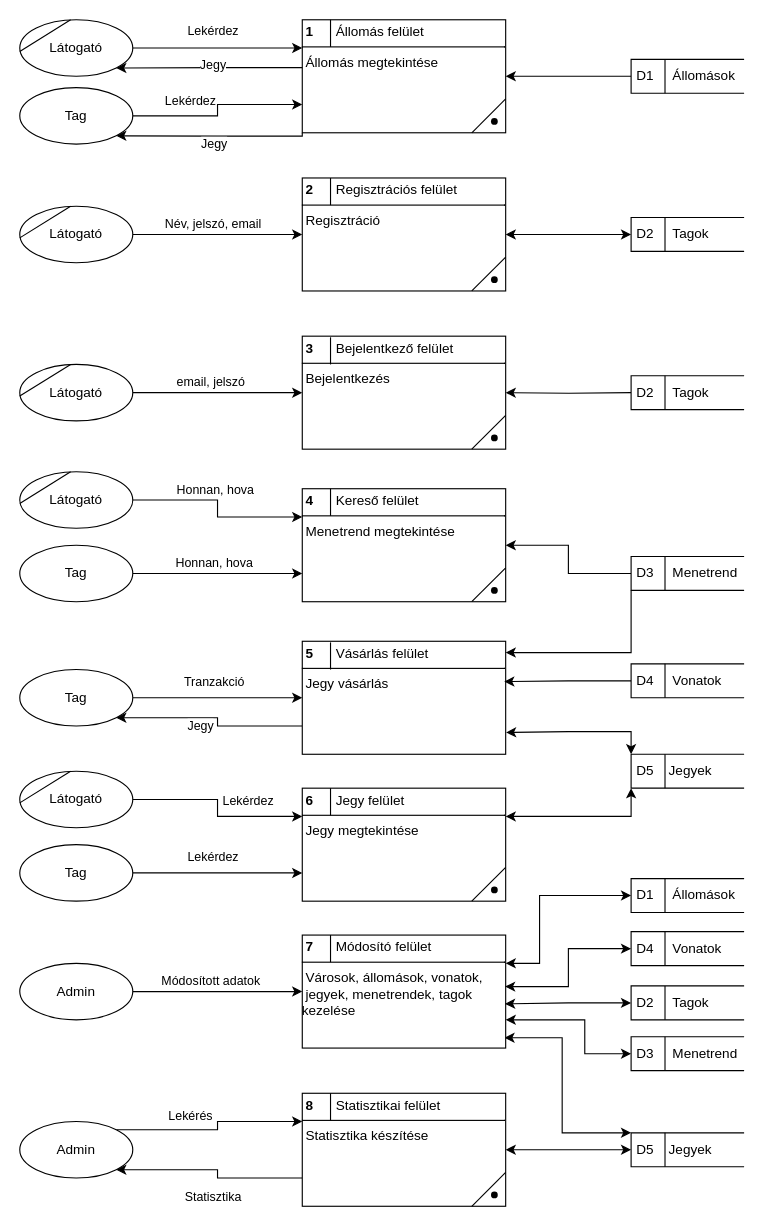
RevMarci/vasutmenetrend keeps this draw.io diagram as dokumentacio/logikai_fiziaki_adatfolyam/fizikai_adatfolyam.drawio. Above is the earlier version. Source tidied: cells renumbered, new cells numbered last; positions are measured from the earlier drawing's top-left corner, leaving out a move shared by most shapes. Both pictures are drawn from the tidied source at 113%, with x=0, y=0 at pixel (19, 19).
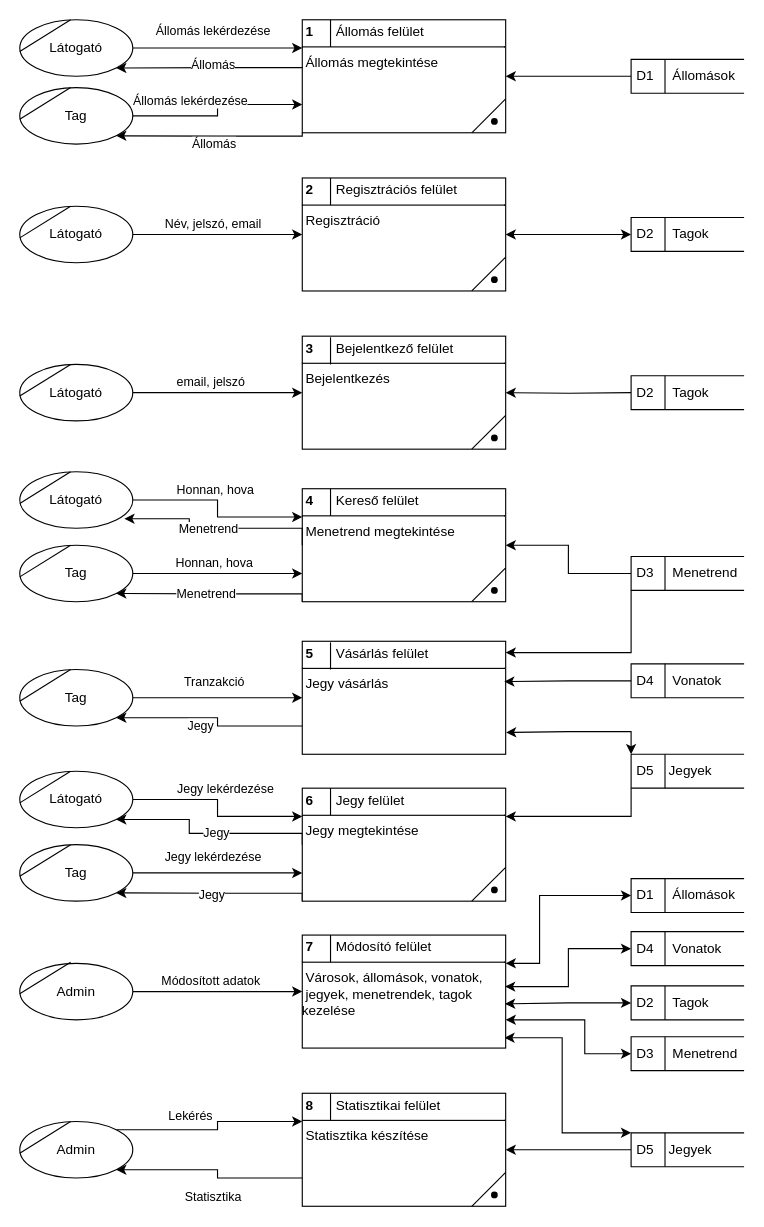
The same diagram, later.

The change refers to these unchanged cells:
```xml
<mxCell id="2" value="&lt;p style=&quot;margin: 4px 0px 0px;&quot;&gt;&lt;b&gt;&amp;nbsp;4&amp;nbsp; &amp;nbsp; &amp;nbsp; &lt;/b&gt;Kereső felület&lt;/p&gt;&lt;hr size=&quot;1&quot; style=&quot;border-style:solid;&quot;&gt;&lt;div style=&quot;height:2px;&quot;&gt;&amp;nbsp;Menetrend megtekintése&lt;/div&gt;" style="verticalAlign=top;align=left;overflow=fill;html=1;whiteSpace=wrap;" parent="1" vertex="1">
  <mxGeometry x="250" y="415" width="180" height="100" as="geometry" />
</mxCell>
<mxCell id="20" value="Látogató" style="shape=ellipse;html=1;dashed=0;whiteSpace=wrap;perimeter=ellipsePerimeter;" parent="1" vertex="1">
  <mxGeometry y="400" width="100" height="50" as="geometry" />
</mxCell>
<mxCell id="23" value="Tag" style="shape=ellipse;html=1;dashed=0;whiteSpace=wrap;perimeter=ellipsePerimeter;" parent="1" vertex="1">
  <mxGeometry y="465" width="100" height="50" as="geometry" />
</mxCell>
<mxCell id="33" value="&lt;p style=&quot;margin: 4px 0px 0px;&quot;&gt;&lt;b&gt;&amp;nbsp;8&amp;nbsp; &amp;nbsp; &amp;nbsp; &lt;/b&gt;Statisztikai felület&lt;/p&gt;&lt;hr size=&quot;1&quot; style=&quot;border-style:solid;&quot;&gt;&lt;div style=&quot;height:2px;&quot;&gt;&amp;nbsp;Statisztika készítése&lt;/div&gt;" style="verticalAlign=top;align=left;overflow=fill;html=1;whiteSpace=wrap;" parent="1" vertex="1">
  <mxGeometry x="250" y="950" width="180" height="100" as="geometry" />
</mxCell>
<mxCell id="37" style="edgeStyle=orthogonalEdgeStyle;rounded=0;jettySize=auto;html=1;exitX=0.007;exitY=0.423;exitDx=0;exitDy=0;entryX=1;entryY=1;entryDx=0;entryDy=0;exitPerimeter=0;" parent="1" edge="1" source="41" target="44">
  <mxGeometry relative="1" as="geometry" />
</mxCell>
<mxCell id="39" style="edgeStyle=orthogonalEdgeStyle;rounded=0;jettySize=auto;html=1;exitX=0;exitY=1;exitDx=0;exitDy=0;entryX=1;entryY=1;entryDx=0;entryDy=0;" parent="1" edge="1" source="41" target="47">
  <mxGeometry relative="1" as="geometry">
    <Array as="points">
      <mxPoint x="250" y="103" />
      <mxPoint x="175" y="103" />
    </Array>
  </mxGeometry>
</mxCell>
<mxCell id="42" style="edgeStyle=orthogonalEdgeStyle;rounded=0;jettySize=auto;html=1;exitX=1;exitY=0.5;exitDx=0;exitDy=0;entryX=0;entryY=0.25;entryDx=0;entryDy=0;" parent="1" edge="1" source="44" target="41">
  <mxGeometry relative="1" as="geometry" />
</mxCell>
<mxCell id="45" style="edgeStyle=orthogonalEdgeStyle;rounded=0;jettySize=auto;html=1;exitX=1;exitY=0.5;exitDx=0;exitDy=0;entryX=0;entryY=0.75;entryDx=0;entryDy=0;" parent="1" edge="1" source="47" target="41">
  <mxGeometry relative="1" as="geometry">
    <Array as="points">
      <mxPoint x="175" y="85" />
      <mxPoint x="175" y="75" />
    </Array>
  </mxGeometry>
</mxCell>
<mxCell id="49" value="&lt;p style=&quot;margin: 4px 0px 0px;&quot;&gt;&lt;b&gt;&amp;nbsp;6&amp;nbsp; &amp;nbsp; &amp;nbsp; &lt;/b&gt;Jegy felület&lt;/p&gt;&lt;hr size=&quot;1&quot; style=&quot;border-style:solid;&quot;&gt;&lt;div style=&quot;height:2px;&quot;&gt;&amp;nbsp;Jegy megtekintése&lt;/div&gt;" style="verticalAlign=top;align=left;overflow=fill;html=1;whiteSpace=wrap;" parent="1" vertex="1">
  <mxGeometry x="250" y="680" width="180" height="100" as="geometry" />
</mxCell>
<mxCell id="50" style="edgeStyle=orthogonalEdgeStyle;rounded=0;jettySize=auto;html=1;exitX=1;exitY=0.5;exitDx=0;exitDy=0;entryX=0;entryY=0.25;entryDx=0;entryDy=0;" parent="1" edge="1" source="52" target="49">
  <mxGeometry relative="1" as="geometry" />
</mxCell>
<mxCell id="52" value="Látogató" style="shape=ellipse;html=1;dashed=0;whiteSpace=wrap;perimeter=ellipsePerimeter;" parent="1" vertex="1">
  <mxGeometry y="665" width="100" height="50" as="geometry" />
</mxCell>
<mxCell id="53" style="edgeStyle=orthogonalEdgeStyle;rounded=0;jettySize=auto;html=1;exitX=1;exitY=0.5;exitDx=0;exitDy=0;entryX=0;entryY=0.75;entryDx=0;entryDy=0;" parent="1" edge="1" source="55" target="49">
  <mxGeometry relative="1" as="geometry" />
</mxCell>
<mxCell id="55" value="Tag" style="shape=ellipse;html=1;dashed=0;whiteSpace=wrap;perimeter=ellipsePerimeter;" parent="1" vertex="1">
  <mxGeometry y="730" width="100" height="50" as="geometry" />
</mxCell>
<mxCell id="64" value="D5&amp;nbsp; &amp;nbsp; Jegyek" style="html=1;dashed=0;whiteSpace=wrap;shape=mxgraph.dfd.dataStoreID;align=left;spacingLeft=3;points=[[0,0],[0.5,0],[1,0],[0,0.5],[1,0.5],[0,1],[0.5,1],[1,1]];" parent="1" vertex="1">
  <mxGeometry x="541" y="650" width="100" height="30" as="geometry" />
</mxCell>
<mxCell id="71" value="D5&amp;nbsp; &amp;nbsp; Jegyek" style="html=1;dashed=0;whiteSpace=wrap;shape=mxgraph.dfd.dataStoreID;align=left;spacingLeft=3;points=[[0,0],[0.5,0],[1,0],[0,0.5],[1,0.5],[0,1],[0.5,1],[1,1]];" parent="1" vertex="1">
  <mxGeometry x="541" y="985" width="100" height="30" as="geometry" />
</mxCell>
```

Diff of the diagram source:
```diff
@@
+    <mxCell id="101" style="edgeStyle=orthogonalEdgeStyle;rounded=0;jettySize=auto;html=1;exitX=0;exitY=1;exitDx=0;exitDy=0;entryX=1;entryY=1;entryDx=0;entryDy=0;" parent="1" edge="1" source="2" target="23">
+      <mxGeometry relative="1" as="geometry">
+        <Array as="points">
+          <mxPoint x="250" y="508" />
+          <mxPoint x="175" y="508" />
+        </Array>
+      </mxGeometry>
+    </mxCell>
+    <mxCell id="102" value="Menetrend" style="edgeLabel;html=1;align=center;verticalAlign=middle;" parent="101" vertex="1">
+      <mxGeometry x="0.08" relative="1" as="geometry" />
+    </mxCell>
@@
-    <mxCell id="32" style="edgeStyle=orthogonalEdgeStyle;rounded=0;jettySize=auto;html=1;exitX=1;exitY=0.5;exitDx=0;exitDy=0;entryX=0;entryY=0.5;entryDx=0;entryDy=0;startArrow=classic;startFill=1;" parent="1" edge="1" source="33" target="71">
+    <mxCell id="32" style="edgeStyle=orthogonalEdgeStyle;rounded=0;jettySize=auto;html=1;exitX=1;exitY=0.5;exitDx=0;exitDy=0;entryX=0;entryY=0.5;entryDx=0;entryDy=0;startArrow=classic;startFill=1;endArrow=none;" parent="1" edge="1" source="33" target="71">
       <mxGeometry relative="1" as="geometry" />
     </mxCell>
@@
-    <mxCell id="38" value="Jegy" style="edgeLabel;html=1;align=center;verticalAlign=middle;" parent="37" vertex="1">
+    <mxCell id="38" value="Állomás" style="edgeLabel;html=1;align=center;verticalAlign=middle;" parent="37" vertex="1">
       <mxGeometry y="1" relative="1" as="geometry">
         <mxPoint x="2" y="-4" as="offset" />
       </mxGeometry>
     </mxCell>
@@
-    <mxCell id="40" value="Jegy" style="edgeLabel;html=1;align=center;verticalAlign=middle;" parent="39" vertex="1">
+    <mxCell id="40" value="Állomás" style="edgeLabel;html=1;align=center;verticalAlign=middle;" parent="39" vertex="1">
       <mxGeometry x="-0.02" y="-2" relative="1" as="geometry">
         <mxPoint y="9" as="offset" />
       </mxGeometry>
     </mxCell>
@@
-    <mxCell id="43" value="Lekérdez" style="edgeLabel;html=1;align=center;verticalAlign=middle;" parent="42" vertex="1">
+    <mxCell id="43" value="Állomás lekérdezése" style="edgeLabel;html=1;align=center;verticalAlign=middle;" parent="42" vertex="1">
       <mxGeometry x="-0.07" y="-1" relative="1" as="geometry">
         <mxPoint y="-16" as="offset" />
       </mxGeometry>
     </mxCell>
@@
-    <mxCell id="46" value="Lekérdez" style="edgeLabel;html=1;align=center;verticalAlign=middle;" parent="45" vertex="1">
+    <mxCell id="46" value="Állomás lekérdezése" style="edgeLabel;html=1;align=center;verticalAlign=middle;" parent="45" vertex="1">
       <mxGeometry x="0.01" y="2" relative="1" as="geometry">
         <mxPoint x="-23" y="-8" as="offset" />
       </mxGeometry>
     </mxCell>
@@
-    <mxCell id="48" style="edgeStyle=orthogonalEdgeStyle;rounded=0;jettySize=auto;html=1;exitX=1;exitY=0.25;exitDx=0;exitDy=0;entryX=0;entryY=1;entryDx=0;entryDy=0;startArrow=classic;startFill=1;" parent="1" edge="1" source="49" target="64">
+    <mxCell id="48" style="edgeStyle=orthogonalEdgeStyle;rounded=0;jettySize=auto;html=1;exitX=1;exitY=0.25;exitDx=0;exitDy=0;entryX=0;entryY=1;entryDx=0;entryDy=0;startArrow=classic;startFill=1;endArrow=none;" parent="1" edge="1" source="49" target="64">
       <mxGeometry relative="1" as="geometry" />
     </mxCell>
+    <mxCell id="103" style="edgeStyle=orthogonalEdgeStyle;rounded=0;jettySize=auto;html=1;exitX=0;exitY=0.5;exitDx=0;exitDy=0;entryX=1;entryY=1;entryDx=0;entryDy=0;" parent="1" edge="1" source="49" target="52">
+      <mxGeometry relative="1" as="geometry">
+        <Array as="points">
+          <mxPoint x="250" y="720" />
+          <mxPoint x="150" y="720" />
+          <mxPoint x="150" y="708" />
+        </Array>
+      </mxGeometry>
+    </mxCell>
+    <mxCell id="104" value="Jegy" style="edgeLabel;html=1;align=center;verticalAlign=middle;" parent="103" vertex="1">
+      <mxGeometry x="-0.07" y="-1" relative="1" as="geometry" />
+    </mxCell>
+    <mxCell id="105" style="edgeStyle=orthogonalEdgeStyle;rounded=0;jettySize=auto;html=1;exitX=0;exitY=1;exitDx=0;exitDy=0;entryX=1;entryY=1;entryDx=0;entryDy=0;" parent="1" edge="1" source="49" target="55">
+      <mxGeometry relative="1" as="geometry">
+        <Array as="points">
+          <mxPoint x="250" y="773" />
+          <mxPoint x="175" y="773" />
+        </Array>
+      </mxGeometry>
+    </mxCell>
+    <mxCell id="106" value="Jegy" style="edgeLabel;html=1;align=center;verticalAlign=middle;" parent="105" vertex="1">
+      <mxGeometry x="0.01" y="2" relative="1" as="geometry" />
+    </mxCell>
@@
-    <mxCell id="51" value="Lekérdez" style="edgeLabel;html=1;align=center;verticalAlign=middle;" parent="50" vertex="1">
+    <mxCell id="51" value="Jegy lekérdezése" style="edgeLabel;html=1;align=center;verticalAlign=middle;" parent="50" vertex="1">
       <mxGeometry x="-0.14" y="-1" relative="1" as="geometry">
-        <mxPoint x="30" y="-1" as="offset" />
+        <mxPoint x="10" y="-11" as="offset" />
       </mxGeometry>
     </mxCell>
@@
-    <mxCell id="54" value="Lekérdez" style="edgeLabel;html=1;align=center;verticalAlign=middle;" parent="53" vertex="1">
+    <mxCell id="54" value="Jegy lekérdezése" style="edgeLabel;html=1;align=center;verticalAlign=middle;" parent="53" vertex="1">
       <mxGeometry x="-0.19" y="1" relative="1" as="geometry">
         <mxPoint x="9" y="-14" as="offset" />
       </mxGeometry>
     </mxCell>
@@
+    <mxCell id="107" style="endArrow=none;html=1;rounded=0;entryX=0.449;entryY=0.014;entryDx=0;entryDy=0;entryPerimeter=0;exitX=0.014;exitY=0.599;exitDx=0;exitDy=0;exitPerimeter=0;jumpSize=8;" parent="1" edge="1">
+      <mxGeometry relative="1" as="geometry">
+        <mxPoint y="88" as="sourcePoint" />
+        <mxPoint x="45" y="60" as="targetPoint" />
+      </mxGeometry>
+    </mxCell>
+    <mxCell id="108" style="endArrow=none;html=1;rounded=0;entryX=0.449;entryY=0.014;entryDx=0;entryDy=0;entryPerimeter=0;exitX=0.014;exitY=0.599;exitDx=0;exitDy=0;exitPerimeter=0;jumpSize=8;" parent="1" edge="1">
+      <mxGeometry relative="1" as="geometry">
+        <mxPoint y="493" as="sourcePoint" />
+        <mxPoint x="45" y="465" as="targetPoint" />
+      </mxGeometry>
+    </mxCell>
+    <mxCell id="109" style="endArrow=none;html=1;rounded=0;entryX=0.449;entryY=0.014;entryDx=0;entryDy=0;entryPerimeter=0;exitX=0.014;exitY=0.599;exitDx=0;exitDy=0;exitPerimeter=0;jumpSize=8;" parent="1" edge="1">
+      <mxGeometry relative="1" as="geometry">
+        <mxPoint y="603" as="sourcePoint" />
+        <mxPoint x="45" y="575" as="targetPoint" />
+      </mxGeometry>
+    </mxCell>
+    <mxCell id="110" style="endArrow=none;html=1;rounded=0;entryX=0.449;entryY=0.014;entryDx=0;entryDy=0;entryPerimeter=0;exitX=0.014;exitY=0.599;exitDx=0;exitDy=0;exitPerimeter=0;jumpSize=8;" parent="1" edge="1">
+      <mxGeometry relative="1" as="geometry">
+        <mxPoint y="758" as="sourcePoint" />
+        <mxPoint x="45" y="730" as="targetPoint" />
+      </mxGeometry>
+    </mxCell>
+    <mxCell id="111" style="endArrow=none;html=1;rounded=0;entryX=0.449;entryY=0.014;entryDx=0;entryDy=0;entryPerimeter=0;exitX=0.014;exitY=0.599;exitDx=0;exitDy=0;exitPerimeter=0;jumpSize=8;" parent="1" edge="1">
+      <mxGeometry relative="1" as="geometry">
+        <mxPoint y="862" as="sourcePoint" />
+        <mxPoint x="45" y="834" as="targetPoint" />
+      </mxGeometry>
+    </mxCell>
+    <mxCell id="112" style="endArrow=none;html=1;rounded=0;entryX=0.449;entryY=0.014;entryDx=0;entryDy=0;entryPerimeter=0;exitX=0.014;exitY=0.599;exitDx=0;exitDy=0;exitPerimeter=0;jumpSize=8;" parent="1" edge="1">
+      <mxGeometry relative="1" as="geometry">
+        <mxPoint y="1003" as="sourcePoint" />
+        <mxPoint x="45" y="975" as="targetPoint" />
+      </mxGeometry>
+    </mxCell>
+    <mxCell id="113" style="edgeStyle=orthogonalEdgeStyle;rounded=0;jettySize=auto;html=1;exitX=0;exitY=0.5;exitDx=0;exitDy=0;entryX=0.926;entryY=0.831;entryDx=0;entryDy=0;entryPerimeter=0;" parent="1" edge="1" source="2" target="20">
+      <mxGeometry relative="1" as="geometry">
+        <Array as="points">
+          <mxPoint x="250" y="450" />
+          <mxPoint x="150" y="450" />
+          <mxPoint x="150" y="442" />
+        </Array>
+      </mxGeometry>
+    </mxCell>
+    <mxCell id="114" value="Menetrend" style="edgeLabel;html=1;align=center;verticalAlign=middle;" parent="113" vertex="1">
+      <mxGeometry x="0.09" relative="1" as="geometry" />
+    </mxCell>
```
